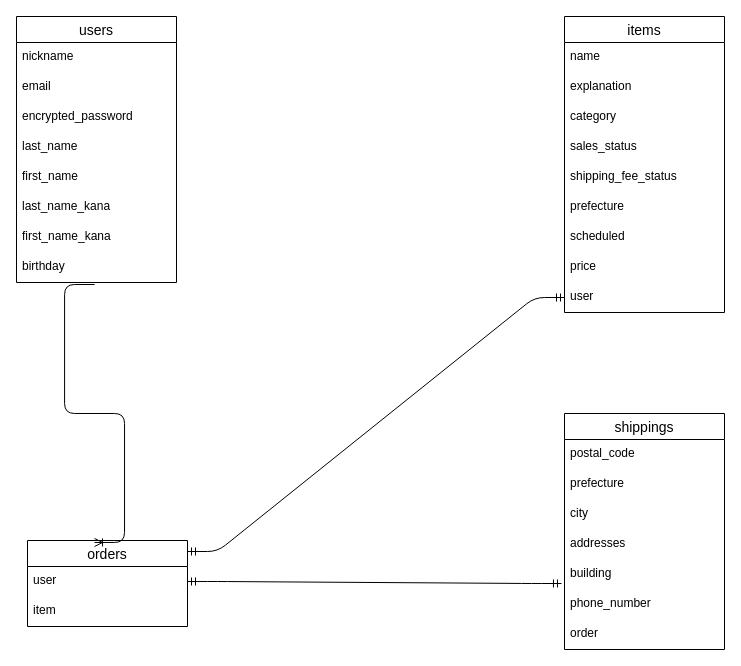
Ikumarucyanman/furima-37116 keeps this draw.io diagram as test.dio. Above is the earlier version. Source tidied: cells renumbered, new cells numbered last; positions are measured from the earlier drawing's top-left corner, leaving out a move shared by most shapes. Both pictures are drawn from the tidied source at 100%, with x=0, y=0 at pixel (16, 16).
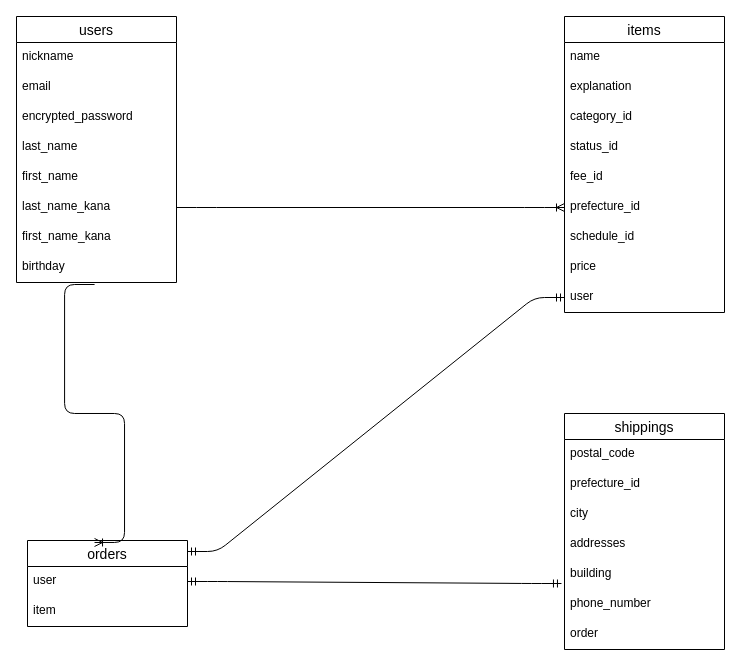
Above is the later version.

The change refers to these unchanged cells:
```xml
<mxCell id="8" value="last_name_kana&#10;" style="text;strokeColor=none;fillColor=none;spacingLeft=4;spacingRight=4;overflow=hidden;points=[[0,0.5],[1,0.5]];portConstraint=eastwest;fontSize=12;" parent="2" vertex="1">
  <mxGeometry y="176" width="160" height="30" as="geometry" />
</mxCell>
<mxCell id="14" value="items" style="swimlane;fontStyle=0;horizontal=1;startSize=26;align=center;fontSize=14;" parent="1" vertex="1">
  <mxGeometry x="548" width="160" height="296" as="geometry" />
</mxCell>
<mxCell id="24" value="shippings" style="swimlane;fontStyle=0;horizontal=1;startSize=26;align=center;fontSize=14;" parent="1" vertex="1">
  <mxGeometry x="548" y="397" width="160" height="236" as="geometry" />
</mxCell>
```

The edit, as a diff of the source:
```diff
@@
-    <mxCell id="17" value="category " style="text;strokeColor=none;fillColor=none;spacingLeft=4;spacingRight=4;overflow=hidden;fontSize=12;" parent="14" vertex="1">
+    <mxCell id="17" value="category_id" style="text;strokeColor=none;fillColor=none;spacingLeft=4;spacingRight=4;overflow=hidden;fontSize=12;" parent="14" vertex="1">
       <mxGeometry y="86" width="160" height="30" as="geometry" />
     </mxCell>
-    <mxCell id="18" value="sales_status" style="text;strokeColor=none;fillColor=none;spacingLeft=4;spacingRight=4;overflow=hidden;fontSize=12;" parent="14" vertex="1">
+    <mxCell id="18" value="status_id" style="text;strokeColor=none;fillColor=none;spacingLeft=4;spacingRight=4;overflow=hidden;fontSize=12;" parent="14" vertex="1">
       <mxGeometry y="116" width="160" height="30" as="geometry" />
     </mxCell>
-    <mxCell id="19" value="shipping_fee_status" style="text;strokeColor=none;fillColor=none;spacingLeft=4;spacingRight=4;overflow=hidden;fontSize=12;" parent="14" vertex="1">
+    <mxCell id="19" value="fee_id" style="text;strokeColor=none;fillColor=none;spacingLeft=4;spacingRight=4;overflow=hidden;fontSize=12;" parent="14" vertex="1">
       <mxGeometry y="146" width="160" height="30" as="geometry" />
     </mxCell>
-    <mxCell id="20" value="prefecture" style="text;strokeColor=none;fillColor=none;spacingLeft=4;spacingRight=4;overflow=hidden;points=[[0,0.5],[1,0.5]];portConstraint=eastwest;fontSize=12;" parent="14" vertex="1">
+    <mxCell id="20" value="prefecture_id" style="text;strokeColor=none;fillColor=none;spacingLeft=4;spacingRight=4;overflow=hidden;points=[[0,0.5],[1,0.5]];portConstraint=eastwest;fontSize=12;" parent="14" vertex="1">
       <mxGeometry y="176" width="160" height="30" as="geometry" />
     </mxCell>
-    <mxCell id="21" value="scheduled" style="text;strokeColor=none;fillColor=none;spacingLeft=4;spacingRight=4;overflow=hidden;fontSize=12;" parent="14" vertex="1">
+    <mxCell id="21" value="schedule_id" style="text;strokeColor=none;fillColor=none;spacingLeft=4;spacingRight=4;overflow=hidden;fontSize=12;" parent="14" vertex="1">
       <mxGeometry y="206" width="160" height="30" as="geometry" />
     </mxCell>
@@
-    <mxCell id="26" value="prefecture " style="text;strokeColor=none;fillColor=none;spacingLeft=4;spacingRight=4;overflow=hidden;fontSize=12;" parent="24" vertex="1">
+    <mxCell id="26" value="prefecture_id" style="text;strokeColor=none;fillColor=none;spacingLeft=4;spacingRight=4;overflow=hidden;fontSize=12;" parent="24" vertex="1">
       <mxGeometry y="56" width="160" height="30" as="geometry" />
     </mxCell>
@@
+    <mxCell id="35" style="edgeStyle=entityRelationEdgeStyle;fontSize=12;html=1;endArrow=ERoneToMany;exitX=1;exitY=0.5;exitDx=0;exitDy=0;entryX=0;entryY=0.5;entryDx=0;entryDy=0;" parent="1" edge="1" source="8" target="20">
+      <mxGeometry relative="1" as="geometry" />
+    </mxCell>
```
